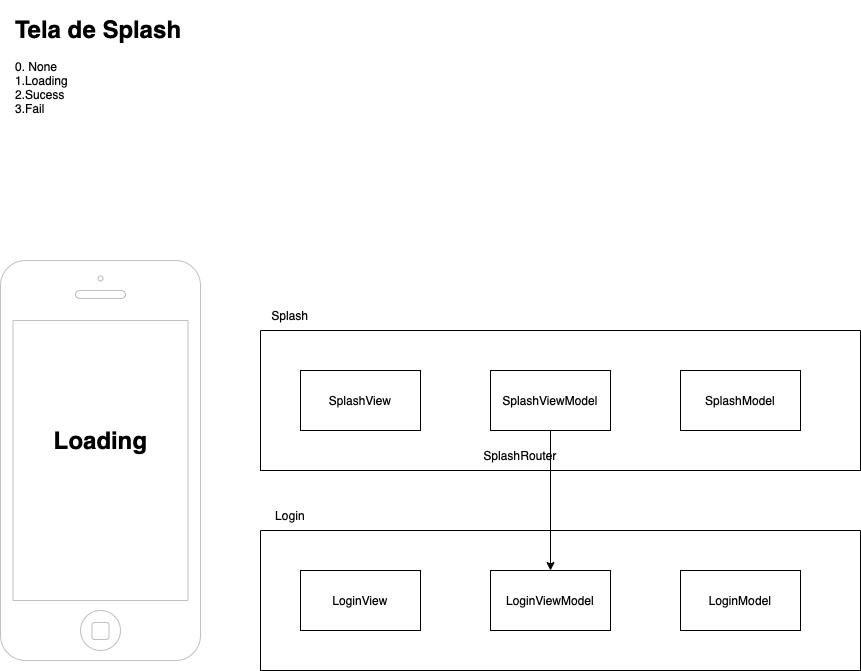
This is Prototipagem/ProjectHabitTelaDeLogin.drawio.png from kairosumida/ProjectHabit, a draw.io export, as it was before one commit. Source tidied: cells renumbered, new cells last; positions are measured from the earlier drawing's top-left corner, leaving out a move shared by most shapes.
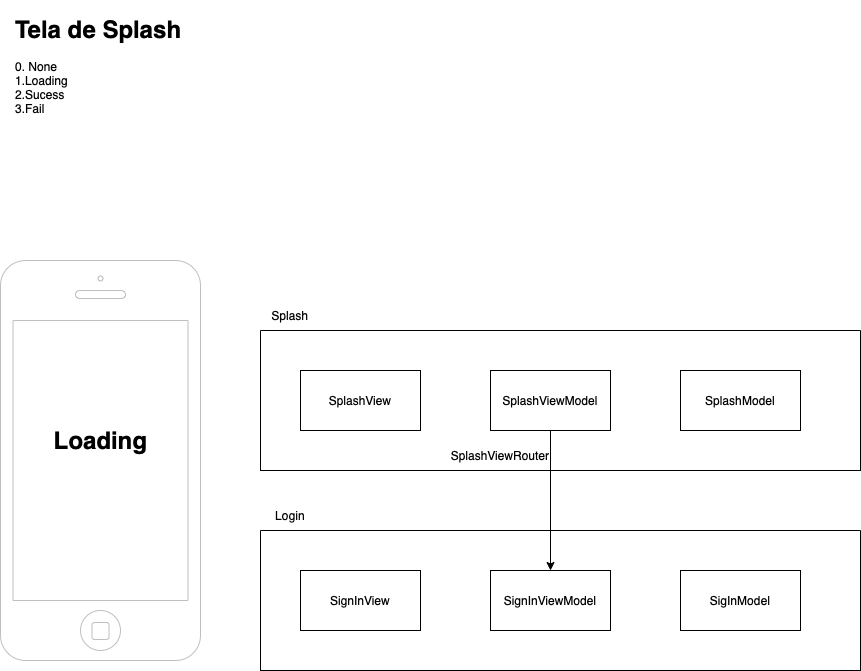
After the commit.

What changed in the source:
```diff
@@ -23,16 +23,16 @@
     <mxCell id="8" style="swimlane;startSize=0;" parent="1" vertex="1">
       <mxGeometry x="260" y="320" width="600" height="140" as="geometry" />
     </mxCell>
-    <mxCell id="9" value="SplashRouter" style="text;html=1;strokeColor=none;fillColor=none;align=center;verticalAlign=middle;whiteSpace=wrap;rounded=0;" parent="8" vertex="1">
-      <mxGeometry x="230" y="110" width="60" height="30" as="geometry" />
+    <mxCell id="9" value="SplashViewRouter" style="text;html=1;strokeColor=none;fillColor=none;align=center;verticalAlign=middle;whiteSpace=wrap;rounded=0;" parent="8" vertex="1">
+      <mxGeometry x="210" y="110" width="60" height="30" as="geometry" />
     </mxCell>
-    <mxCell id="10" value="LoginView" style="rounded=0;whiteSpace=wrap;html=1;" parent="1" vertex="1">
+    <mxCell id="10" value="SignInView" style="rounded=0;whiteSpace=wrap;html=1;" parent="1" vertex="1">
       <mxGeometry x="300" y="560" width="120" height="60" as="geometry" />
     </mxCell>
-    <mxCell id="11" value="LoginViewModel" style="rounded=0;whiteSpace=wrap;html=1;" parent="1" vertex="1">
+    <mxCell id="11" value="SignInViewModel" style="rounded=0;whiteSpace=wrap;html=1;" parent="1" vertex="1">
       <mxGeometry x="490" y="560" width="120" height="60" as="geometry" />
     </mxCell>
-    <mxCell id="12" value="LoginModel" style="rounded=0;whiteSpace=wrap;html=1;" parent="1" vertex="1">
+    <mxCell id="12" value="SigInModel" style="rounded=0;whiteSpace=wrap;html=1;" parent="1" vertex="1">
       <mxGeometry x="680" y="560" width="120" height="60" as="geometry" />
     </mxCell>
     <mxCell id="13" style="swimlane;startSize=0;" parent="1" vertex="1">
```
